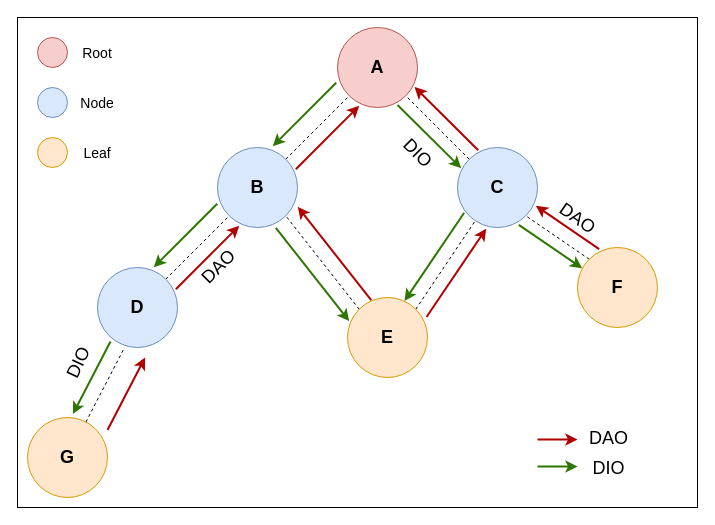
The draw.io diagram memoire/res/pictures/src/dao-dio.drawio in ArnaudPalgen/ma2_memoire, before the edit. Source tidied: cells renumbered, new cells numbered last; positions are measured from the earlier drawing's top-left corner, leaving out a move shared by most shapes. Both pictures are drawn from the tidied source at 100%, with x=0, y=0 at pixel (17, 17).
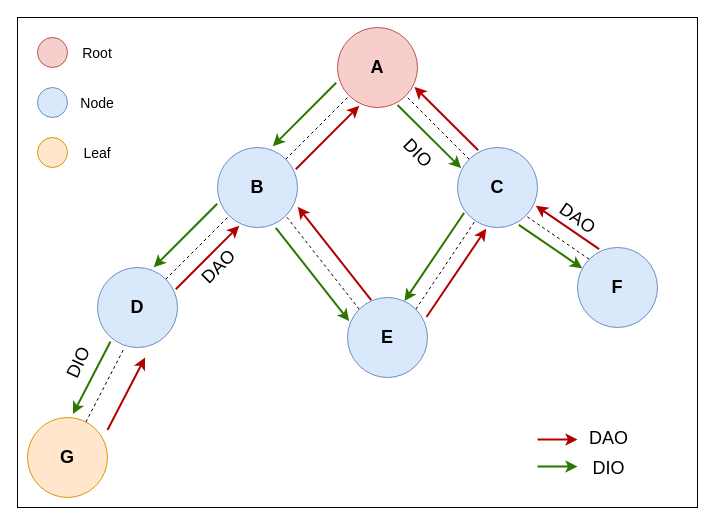
The same page after the edit.

Change to the diagram source:
```diff
@@
-    <mxCell id="11" value="F" style="ellipse;whiteSpace=wrap;html=1;fillColor=#ffe6cc;strokeColor=#d79b00;fontSize=18;fontStyle=1;" parent="1" vertex="1">
+    <mxCell id="11" value="F" style="ellipse;whiteSpace=wrap;html=1;fillColor=#dae8fc;strokeColor=#6c8ebf;fontSize=18;fontStyle=1;" parent="1" vertex="1">
       <mxGeometry x="560" y="230" width="80" height="80" as="geometry" />
     </mxCell>
@@
-    <mxCell id="16" value="E" style="ellipse;whiteSpace=wrap;html=1;fillColor=#ffe6cc;strokeColor=#d79b00;fontSize=18;fontStyle=1;" parent="1" vertex="1">
+    <mxCell id="16" value="E" style="ellipse;whiteSpace=wrap;html=1;fillColor=#dae8fc;strokeColor=#6c8ebf;fontSize=18;fontStyle=1;" parent="1" vertex="1">
       <mxGeometry x="330" y="280" width="80" height="80" as="geometry" />
     </mxCell>
```
